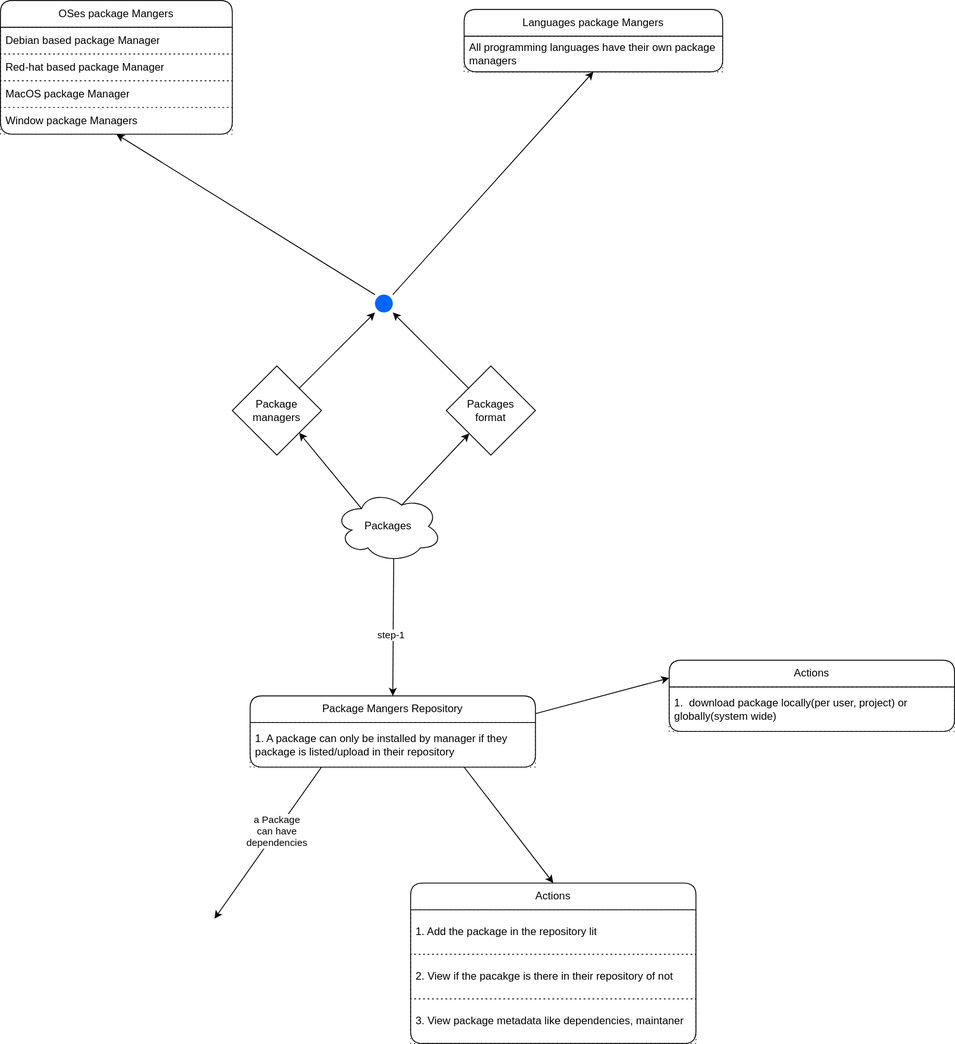
This is package-manager/pm.svg from knpvt5/Programming-Concepts, a draw.io export, as it was before one commit. Source tidied: cells renumbered, new cells last; positions are measured from the earlier drawing's top-left corner, leaving out a move shared by most shapes.
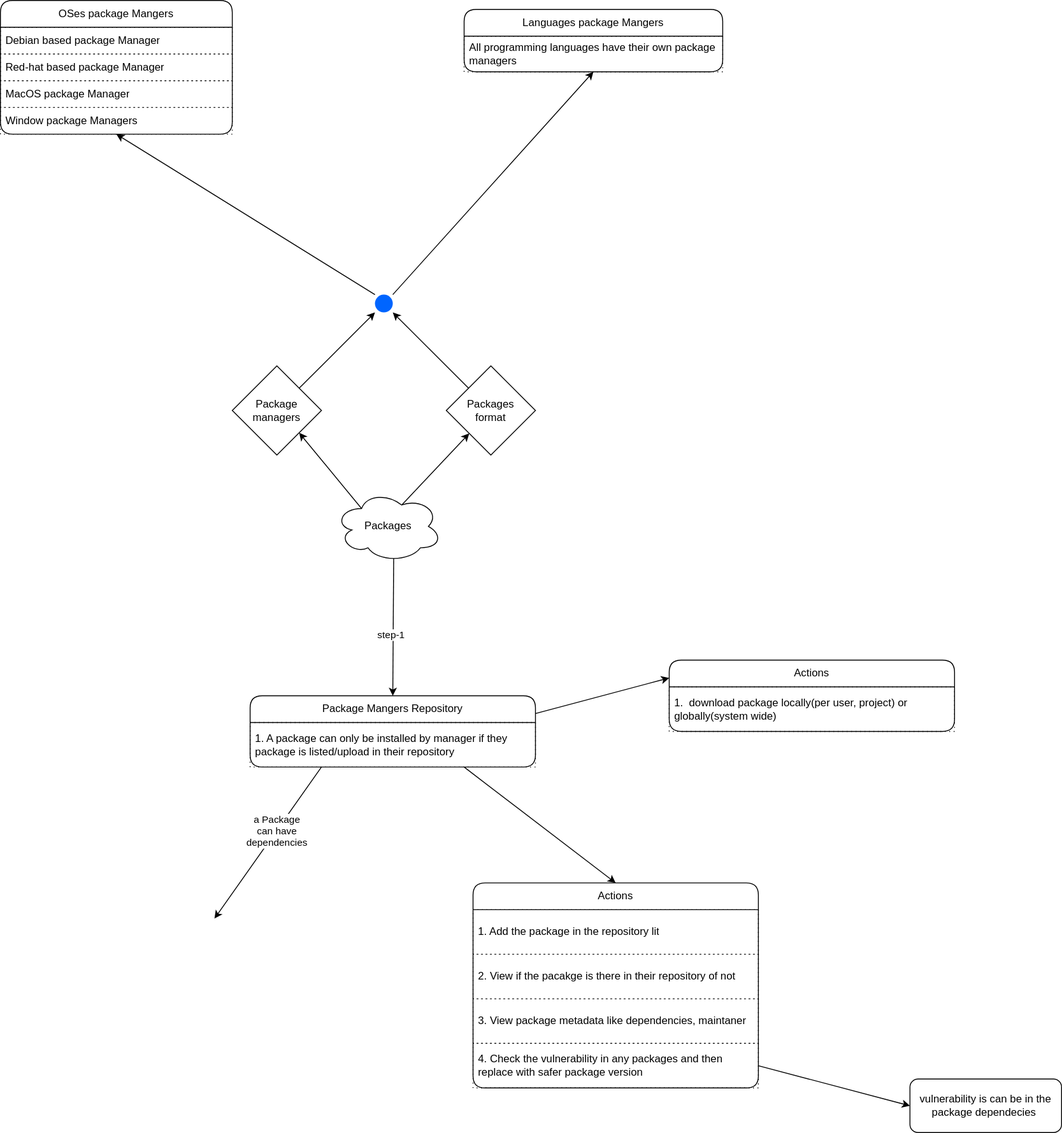
Above is the later version.

Commit message:
Add networking terms diagram and related SVG; update types diagram with additional fields and corrections

What changed in the source:
```diff
@@ -71,7 +71,7 @@
       <mxGeometry y="30" width="320" height="50" as="geometry" />
     </mxCell>
     <mxCell id="24" value="Actions" style="swimlane;fontStyle=0;horizontal=1;startSize=30;whiteSpace=wrap;html=1;rounded=1;" parent="1" vertex="1">
-      <mxGeometry x="460" y="990" width="320" height="180" as="geometry" />
+      <mxGeometry x="530" y="990" width="320" height="230" as="geometry" />
     </mxCell>
     <mxCell id="25" value="1. Add the package in the repository lit" style="text;strokeColor=default;fillColor=none;align=left;verticalAlign=middle;spacingLeft=4;spacingRight=4;overflow=hidden;whiteSpace=wrap;html=1;dashed=1;dashPattern=1 4;" parent="24" vertex="1">
       <mxGeometry y="30" width="320" height="50" as="geometry" />
@@ -82,6 +82,9 @@
     <mxCell id="27" value="3. View package metadata like dependencies, maintaner" style="text;strokeColor=default;fillColor=none;align=left;verticalAlign=middle;spacingLeft=4;spacingRight=4;overflow=hidden;whiteSpace=wrap;html=1;dashed=1;dashPattern=1 4;" parent="24" vertex="1">
       <mxGeometry y="130" width="320" height="50" as="geometry" />
     </mxCell>
+    <mxCell id="33" value="4. Check the vulnerability in any packages and then replace with safer package version" style="text;strokeColor=default;fillColor=none;align=left;verticalAlign=middle;spacingLeft=4;spacingRight=4;overflow=hidden;points=[[0,0.5],[1,0.5]];portConstraint=eastwest;whiteSpace=wrap;html=1;dashed=1;dashPattern=1 4;" parent="24" vertex="1">
+      <mxGeometry y="180" width="320" height="50" as="geometry" />
+    </mxCell>
     <mxCell id="28" value="Actions" style="swimlane;fontStyle=0;horizontal=1;startSize=30;whiteSpace=wrap;html=1;rounded=1;" parent="1" vertex="1">
       <mxGeometry x="750" y="740" width="320" height="80" as="geometry" />
     </mxCell>
@@ -97,5 +100,11 @@
     <mxCell id="32" style="shape=ellipse;fillColor=light-dark(#0065FF,#FFFFFF);strokeColor=none;html=1;sketch=0;" parent="1" vertex="1">
       <mxGeometry x="420" y="330" width="20" height="20" as="geometry" />
     </mxCell>
+    <mxCell id="34" value="vulnerability is can be in the package dependecies&amp;nbsp;" style="rounded=1;whiteSpace=wrap;html=1;" parent="1" vertex="1">
+      <mxGeometry x="1020" y="1210" width="170" height="60" as="geometry" />
+    </mxCell>
+    <mxCell id="35" style="edgeStyle=none;html=1;exitX=1;exitY=0.5;exitDx=0;exitDy=0;entryX=0;entryY=0.5;entryDx=0;entryDy=0;" parent="1" edge="1" source="33" target="34">
+      <mxGeometry relative="1" as="geometry" />
+    </mxCell>
   </root>
 </mxGraphModel>
```
